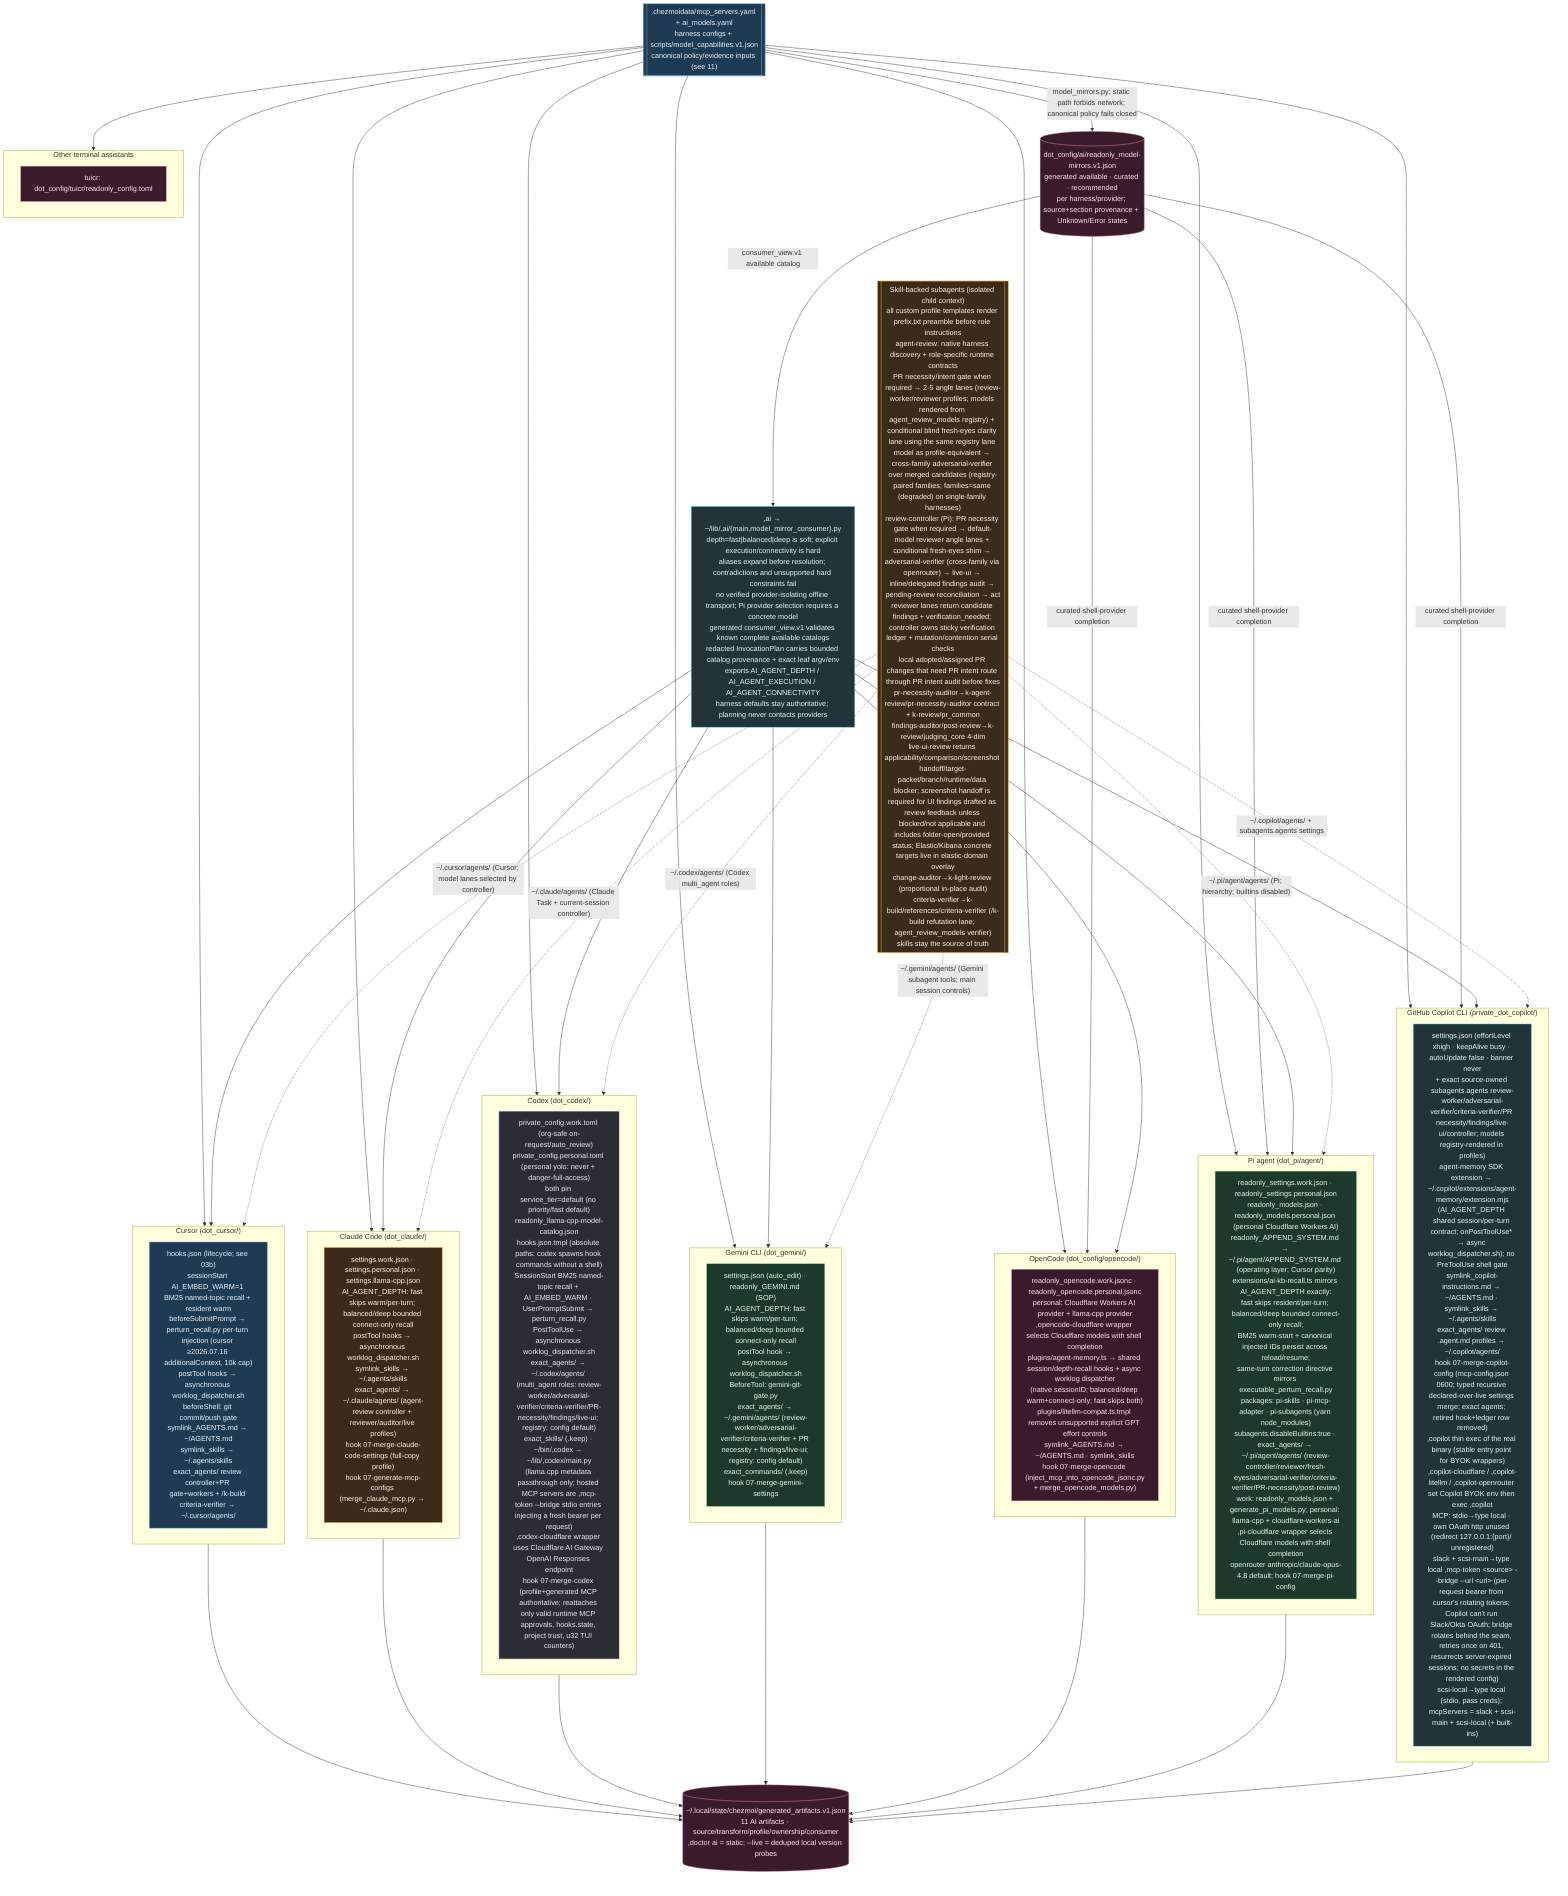
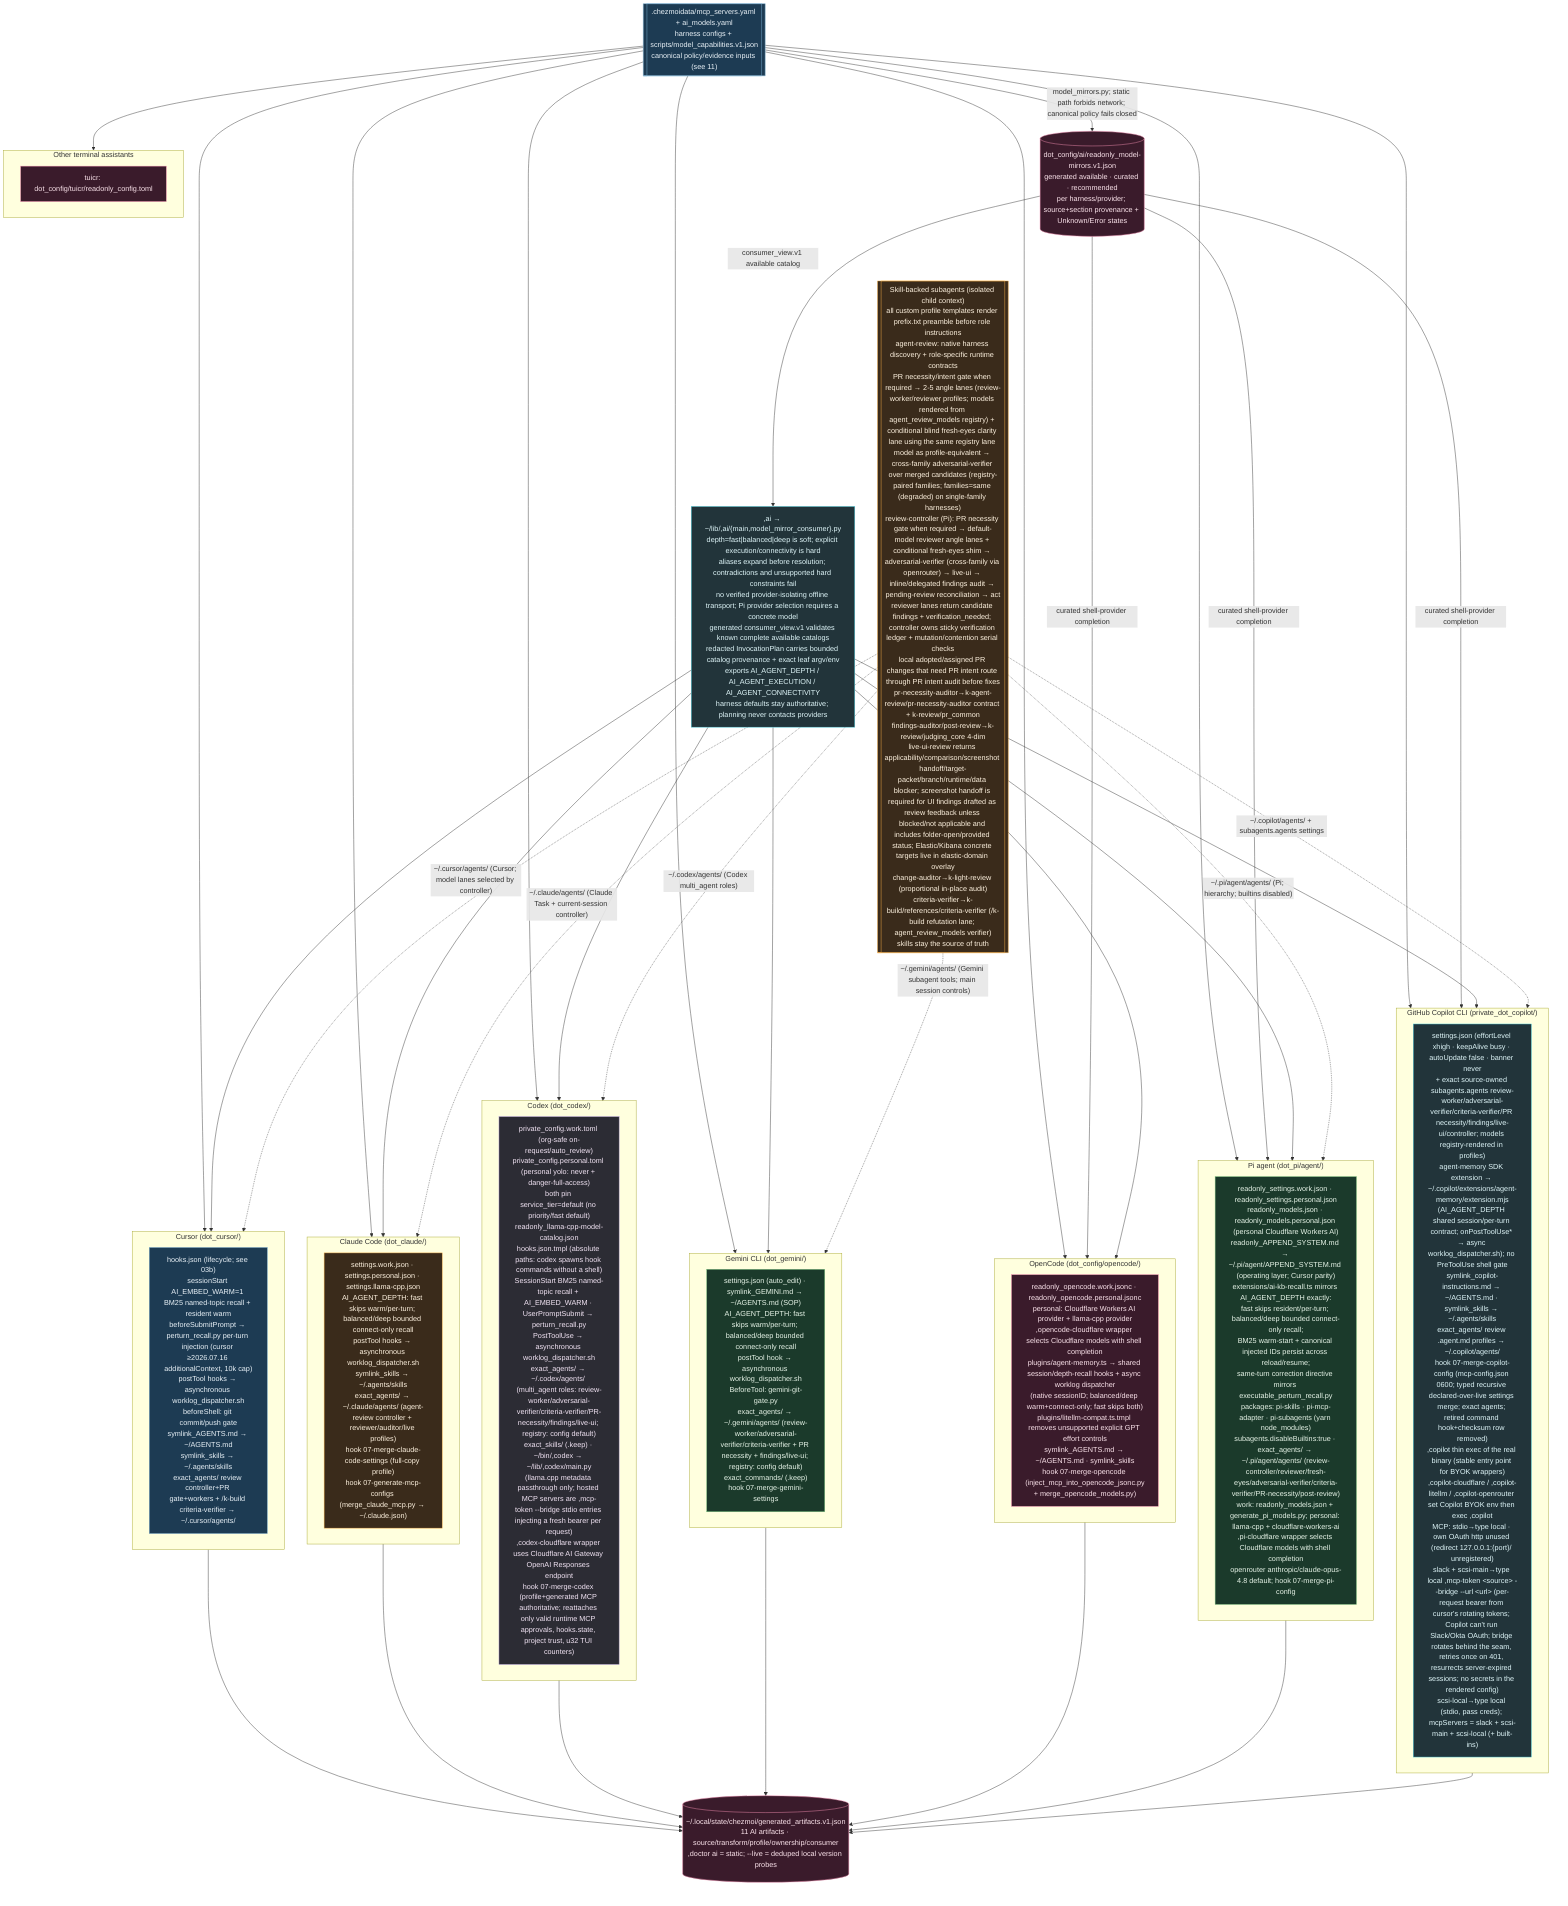
%% ============================================================================
%% 12-ai-tool-configs.mmd — Every per-tool AI config file in home/.
%% Pattern: source carries .work + .personal variants; a 07-merge-* hook picks
%% by isWork and merges generated MCP/model blocks into the live config.
%% ============================================================================
flowchart TB
    classDef cursor fill:#1d3b53,stroke:#7fb3d5,color:#eaf2f8;
    classDef claude fill:#3a2b1b,stroke:#ffb74d,color:#fff3e0;
    classDef codex fill:#2c2c34,stroke:#b39ddb,color:#f3e5f5;
    classDef gem fill:#1b3a2b,stroke:#81c784,color:#e8f5e9;
    classDef oc fill:#3a1b2b,stroke:#f48fb1,color:#fce4ec;
    classDef cop fill:#22343a,stroke:#4dd0e1,color:#e0f7fa;

    LAUNCH[",ai → ~/lib/,ai/{main,model_mirror_consumer}.py<br/>depth=fast|balanced|deep is soft; explicit execution/connectivity is hard<br/>aliases expand before resolution; contradictions and unsupported hard constraints fail<br/>no verified provider-isolating offline transport; Pi provider selection requires a concrete model<br/>generated consumer_view.v1 validates known complete available catalogs<br/>redacted InvocationPlan carries bounded catalog provenance + exact leaf argv/env<br/>exports AI_AGENT_DEPTH / AI_AGENT_EXECUTION / AI_AGENT_CONNECTIVITY<br/>harness defaults stay authoritative; planning never contacts providers"]:::cop

    subgraph CURSOR["Cursor (dot_cursor/)"]
        CU["hooks.json (lifecycle; see 03b)<br/>sessionStart AI_EMBED_WARM=1 BM25 named-topic recall + resident warm<br/>beforeSubmitPrompt → perturn_recall.py per-turn injection (cursor ≥2026.07.16 additionalContext, 10k cap)<br/>postTool hooks → asynchronous worklog_dispatcher.sh<br/>beforeShell: git commit/push gate<br/>symlink_AGENTS.md → ~/AGENTS.md<br/>symlink_skills → ~/.agents/skills<br/>exact_agents/ review controller+PR gate+workers + /k-build criteria-verifier → ~/.cursor/agents/"]:::cursor
    end

    subgraph CLAUDE["Claude Code (dot_claude/)"]
        CLD["settings.work.json · settings.personal.json · settings.llama-cpp.json<br/>AI_AGENT_DEPTH: fast skips warm/per-turn; balanced/deep bounded connect-only recall<br/>postTool hooks → asynchronous worklog_dispatcher.sh<br/>symlink_skills → ~/.agents/skills<br/>exact_agents/ → ~/.claude/agents/ (agent-review controller + reviewer/auditor/live profiles)<br/>hook 07-merge-claude-code-settings (full-copy profile)<br/>hook 07-generate-mcp-configs (merge_claude_mcp.py → ~/.claude.json)"]:::claude
    end

    subgraph CODEX["Codex (dot_codex/)"]
        CDX["private_config.work.toml (org-safe on-request/auto_review)<br/>private_config.personal.toml (personal yolo: never + danger-full-access)<br/>both pin service_tier=default (no priority/fast default)<br/>readonly_llama-cpp-model-catalog.json<br/>hooks.json.tmpl (absolute paths: codex spawns hook commands without a shell)<br/>SessionStart BM25 named-topic recall + AI_EMBED_WARM · UserPromptSubmit → perturn_recall.py<br/>PostToolUse → asynchronous worklog_dispatcher.sh<br/>exact_agents/ → ~/.codex/agents/ (multi_agent roles: review-worker/adversarial-verifier/criteria-verifier/PR-necessity/findings/live-ui; registry: config default)<br/>exact_skills/ (.keep) · ~/bin/,codex → ~/lib/,codex/main.py<br/>(llama.cpp metadata passthrough only; hosted MCP servers are ,mcp-token --bridge stdio entries injecting a fresh bearer per request)<br/>,codex-cloudflare wrapper uses Cloudflare AI Gateway OpenAI Responses endpoint<br/>hook 07-merge-codex (profile+generated MCP authoritative; reattaches only valid runtime MCP approvals, hooks.state, project trust, u32 TUI counters)"]:::codex
    end

    subgraph GEMINI["Gemini CLI (dot_gemini/)"]
-         GMN["settings.json (auto_edit) · readonly_GEMINI.md (SOP)<br/>AI_AGENT_DEPTH: fast skips warm/per-turn; balanced/deep bounded connect-only recall<br/>postTool hook → asynchronous worklog_dispatcher.sh<br/>BeforeTool: gemini-git-gate.py<br/>exact_agents/ → ~/.gemini/agents/ (review-worker/adversarial-verifier/criteria-verifier + PR necessity + findings/live-ui; registry: config default)<br/>exact_commands/ (.keep)<br/>hook 07-merge-gemini-settings"]:::gem
+         GMN["settings.json (auto_edit) · symlink_GEMINI.md → ~/AGENTS.md (SOP)<br/>AI_AGENT_DEPTH: fast skips warm/per-turn; balanced/deep bounded connect-only recall<br/>postTool hook → asynchronous worklog_dispatcher.sh<br/>BeforeTool: gemini-git-gate.py<br/>exact_agents/ → ~/.gemini/agents/ (review-worker/adversarial-verifier/criteria-verifier + PR necessity + findings/live-ui; registry: config default)<br/>exact_commands/ (.keep)<br/>hook 07-merge-gemini-settings"]:::gem
    end

    subgraph OPENCODE["OpenCode (dot_config/opencode/)"]
        OPC["readonly_opencode.work.jsonc · readonly_opencode.personal.jsonc<br/>personal: Cloudflare Workers AI provider + llama-cpp provider<br/>,opencode-cloudflare wrapper selects Cloudflare models with shell completion<br/>plugins/agent-memory.ts → shared session/depth-recall hooks + async worklog dispatcher<br/>(native sessionID; balanced/deep warm+connect-only; fast skips both)<br/>plugins/litellm-compat.ts.tmpl removes unsupported explicit GPT effort controls<br/>symlink_AGENTS.md → ~/AGENTS.md · symlink_skills<br/>hook 07-merge-opencode (inject_mcp_into_opencode_jsonc.py<br/>+ merge_opencode_models.py)"]:::oc
    end

    subgraph PI["Pi agent (dot_pi/agent/)"]
        PIA["readonly_settings.work.json · readonly_settings.personal.json<br/>readonly_models.json · readonly_models.personal.json (personal Cloudflare Workers AI)<br/>readonly_APPEND_SYSTEM.md → ~/.pi/agent/APPEND_SYSTEM.md (operating layer; Cursor parity)<br/>extensions/ai-kb-recall.ts mirrors AI_AGENT_DEPTH exactly:<br/>fast skips resident/per-turn; balanced/deep bounded connect-only recall;<br/>BM25 warm-start + canonical injected IDs persist across reload/resume;<br/>same-turn correction directive mirrors executable_perturn_recall.py<br/>packages: pi-skills · pi-mcp-adapter · pi-subagents (yarn node_modules)<br/>subagents.disableBuiltins:true · exact_agents/ → ~/.pi/agent/agents/ (review-controller/reviewer/fresh-eyes/adversarial-verifier/criteria-verifier/PR-necessity/post-review)<br/>work: readonly_models.json + generate_pi_models.py; personal: llama-cpp + cloudflare-workers-ai<br/>,pi-cloudflare wrapper selects Cloudflare models with shell completion<br/>openrouter anthropic/claude-opus-4.8 default; hook 07-merge-pi-config"]:::gem
    end

    subgraph COPILOT["GitHub Copilot CLI (private_dot_copilot/)"]
-         COP["settings.json (effortLevel xhigh · keepAlive busy · autoUpdate false · banner never<br/>+ exact source-owned subagents.agents review-worker/adversarial-verifier/criteria-verifier/PR necessity/findings/live-ui/controller; models registry-rendered in profiles)<br/>agent-memory SDK extension → ~/.copilot/extensions/agent-memory/extension.mjs<br/>(AI_AGENT_DEPTH shared session/per-turn contract; onPostToolUse* → async worklog_dispatcher.sh); no PreToolUse shell gate<br/>symlink_copilot-instructions.md → ~/AGENTS.md · symlink_skills → ~/.agents/skills<br/>exact_agents/ review .agent.md profiles → ~/.copilot/agents/<br/>hook 07-merge-copilot-config (mcp-config.json 0600; typed recursive declared-over-live settings merge; exact agents; retired hook+ledger row removed)<br/>,copilot thin exec of the real binary (stable entry point for BYOK wrappers)<br/>,copilot-cloudflare / ,copilot-litellm / ,copilot-openrouter set Copilot BYOK env then exec ,copilot<br/>MCP: stdio→type local · own OAuth http unused (redirect 127.0.0.1:{port}/ unregistered)<br/>slack + scsi-main→type local ,mcp-token &lt;source&gt; --bridge --url &lt;url&gt; (per-request bearer from cursor's rotating tokens; Copilot can't run Slack/Okta OAuth; bridge rotates behind the seam, retries once on 401, resurrects server-expired sessions; no secrets in the rendered config)<br/>scsi-local→type local (stdio, pass creds); mcpServers = slack + scsi-main + scsi-local (+ built-ins)"]:::cop
+         COP["settings.json (effortLevel xhigh · keepAlive busy · autoUpdate false · banner never<br/>+ exact source-owned subagents.agents review-worker/adversarial-verifier/criteria-verifier/PR necessity/findings/live-ui/controller; models registry-rendered in profiles)<br/>agent-memory SDK extension → ~/.copilot/extensions/agent-memory/extension.mjs<br/>(AI_AGENT_DEPTH shared session/per-turn contract; onPostToolUse* → async worklog_dispatcher.sh); no PreToolUse shell gate<br/>symlink_copilot-instructions.md → ~/AGENTS.md · symlink_skills → ~/.agents/skills<br/>exact_agents/ review .agent.md profiles → ~/.copilot/agents/<br/>hook 07-merge-copilot-config (mcp-config.json 0600; typed recursive declared-over-live settings merge; exact agents; retired command hook+checksum row removed)<br/>,copilot thin exec of the real binary (stable entry point for BYOK wrappers)<br/>,copilot-cloudflare / ,copilot-litellm / ,copilot-openrouter set Copilot BYOK env then exec ,copilot<br/>MCP: stdio→type local · own OAuth http unused (redirect 127.0.0.1:{port}/ unregistered)<br/>slack + scsi-main→type local ,mcp-token &lt;source&gt; --bridge --url &lt;url&gt; (per-request bearer from cursor's rotating tokens; Copilot can't run Slack/Okta OAuth; bridge rotates behind the seam, retries once on 401, resurrects server-expired sessions; no secrets in the rendered config)<br/>scsi-local→type local (stdio, pass creds); mcpServers = slack + scsi-main + scsi-local (+ built-ins)"]:::cop
    end

    subgraph OTHER["Other terminal assistants"]
        TUI["tuicr: dot_config/tuicr/readonly_config.toml"]:::oc
    end

    REG[[".chezmoidata/mcp_servers.yaml + ai_models.yaml<br/>harness configs + scripts/model_capabilities.v1.json<br/>canonical policy/evidence inputs (see 11)"]]:::cursor
    REG --> CURSOR & CLAUDE & CODEX & GEMINI & OPENCODE & PI & COPILOT & OTHER
    MIRROR[("dot_config/ai/readonly_model-mirrors.v1.json<br/>generated available · curated · recommended<br/>per harness/provider; source+section provenance + Unknown/Error states")]:::oc
    REG -->|"model_mirrors.py; static path forbids network; canonical policy fails closed"| MIRROR
    MIRROR -->|"consumer_view.v1 available catalog"| LAUNCH
    MIRROR -->|"curated shell-provider completion"| OPENCODE & PI & COPILOT
    LAUNCH --> CURSOR & CLAUDE & CODEX & GEMINI & OPENCODE & PI & COPILOT
    LEDGER[("~/.local/state/chezmoi/generated_artifacts.v1.json<br/>11 AI artifacts · source/transform/profile/ownership/consumer<br/>,doctor ai = static; --live = deduped local version probes")]:::oc
    CURSOR & CLAUDE & CODEX & GEMINI & OPENCODE & PI & COPILOT --> LEDGER

    SUBA[["Skill-backed subagents (isolated child context)<br/>all custom profile templates render prefix.txt preamble before role instructions<br/>agent-review: native harness discovery + role-specific runtime contracts<br/>PR necessity/intent gate when required → 2-5 angle lanes (review-worker/reviewer profiles; models rendered from agent_review_models registry) + conditional blind fresh-eyes clarity lane using the same registry lane model as profile-equivalent → cross-family adversarial-verifier over merged candidates (registry-paired families; families=same (degraded) on single-family harnesses)<br/>review-controller (Pi): PR necessity gate when required → default-model reviewer angle lanes + conditional fresh-eyes shim → adversarial-verifier (cross-family via openrouter) → live-ui → inline/delegated findings audit → pending-review reconciliation → act<br/>reviewer lanes return candidate findings + verification_needed; controller owns sticky verification ledger + mutation/contention serial checks<br/>local adopted/assigned PR changes that need PR intent route through PR intent audit before fixes<br/>pr-necessity-auditor→k-agent-review/pr-necessity-auditor contract + k-review/pr_common<br/>findings-auditor/post-review→k-review/judging_core 4-dim<br/>live-ui-review returns applicability/comparison/screenshot handoff/target-packet/branch/runtime/data blocker; screenshot handoff is required for UI findings drafted as review feedback unless blocked/not applicable and includes folder-open/provided status; Elastic/Kibana concrete targets live in elastic-domain overlay<br/>change-auditor→k-light-review (proportional in-place audit)<br/>criteria-verifier→k-build/references/criteria-verifier (/k-build refutation lane; agent_review_models verifier)<br/>skills stay the source of truth"]]:::claude
    SUBA -.->|"~/.cursor/agents/ (Cursor; model lanes selected by controller)"| CURSOR
    SUBA -.->|"~/.copilot/agents/ + subagents.agents settings"| COPILOT
    SUBA -.->|"~/.claude/agents/ (Claude Task + current-session controller)"| CLAUDE
    SUBA -.->|"~/.codex/agents/ (Codex multi_agent roles)"| CODEX
    SUBA -.->|"~/.gemini/agents/ (Gemini subagent tools; main session controls)"| GEMINI
    SUBA -.->|"~/.pi/agent/agents/ (Pi; hierarchy; builtins disabled)"| PI
